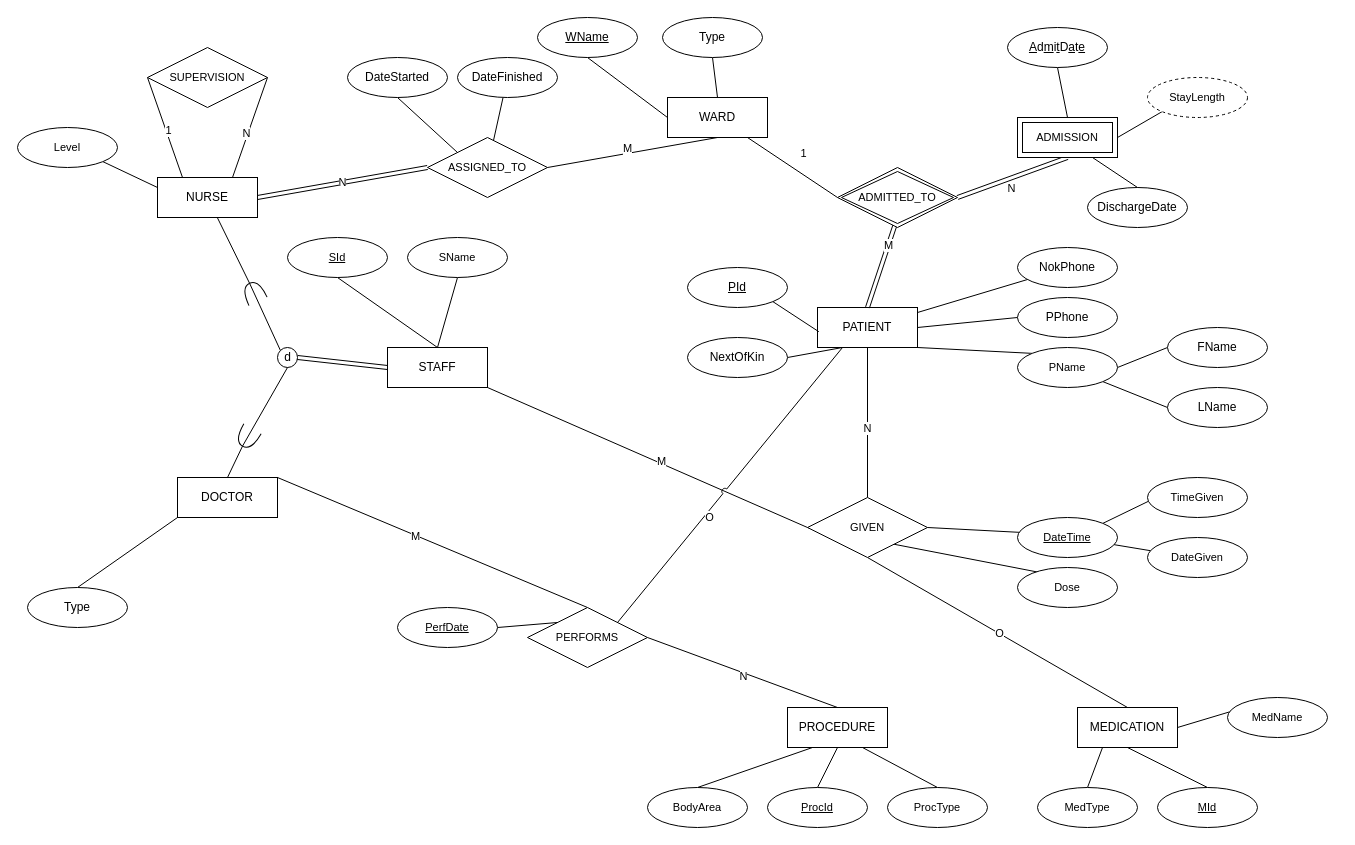
Earlier version of the draw.io diagram Untitled Diagram.drawio (alexwhite1995/Assignments). Source tidied: cells renumbered, new cells numbered last; positions are measured from the earlier drawing's top-left corner, leaving out a move shared by most shapes. Both pictures are drawn from the tidied source at 100%, with x=0, y=0 at pixel (17, 17).
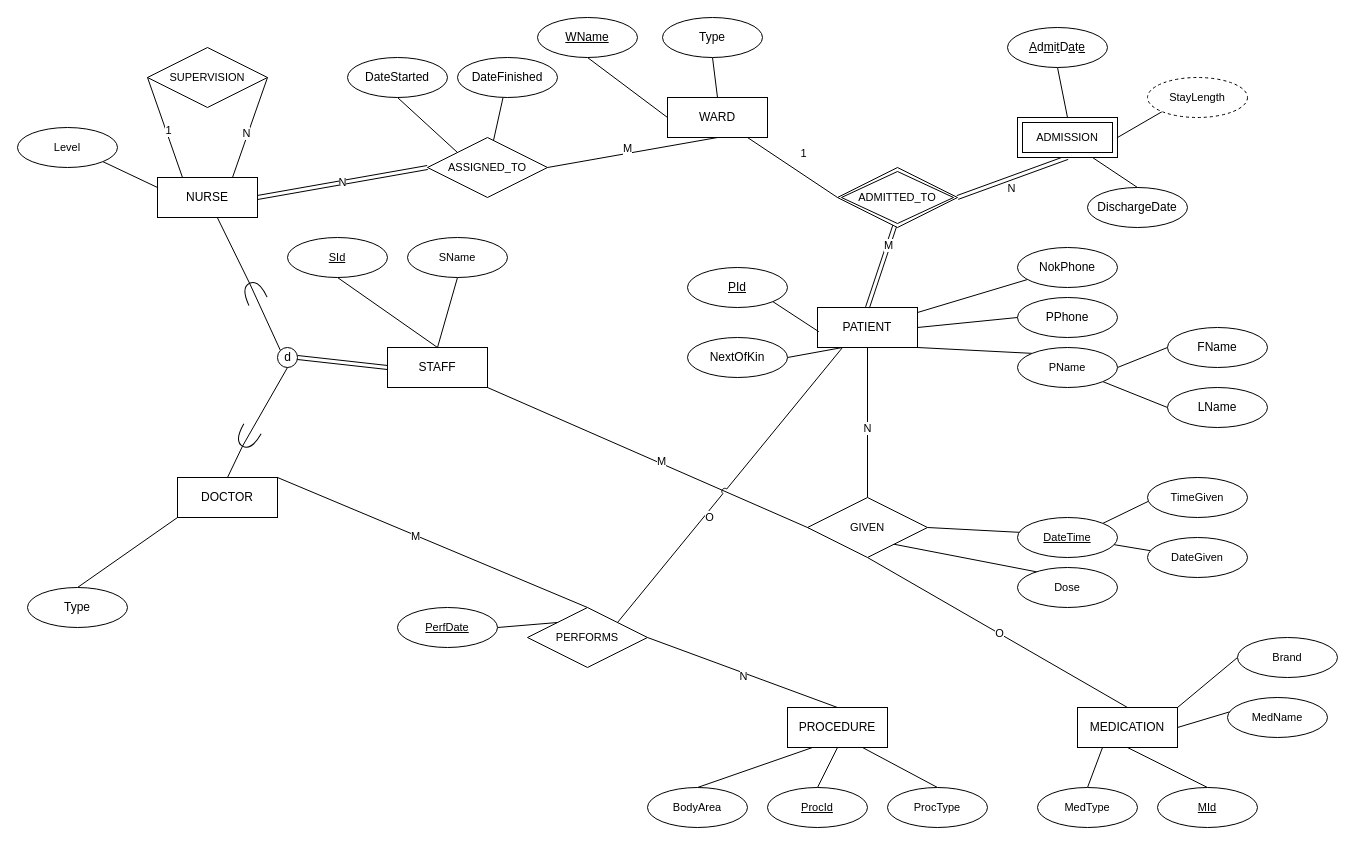
Above is the later version.

The change refers to these unchanged cells:
```xml
<mxCell id="16" value="MEDICATION" style="whiteSpace=wrap;html=1;align=center;" parent="1" vertex="1">
  <mxGeometry x="1060" y="690" width="100" height="40" as="geometry" />
</mxCell>
```

What changed in the source:
```diff
@@
+    <mxCell id="106" style="rounded=0;jettySize=auto;html=1;exitX=0;exitY=0.5;exitDx=0;exitDy=0;entryX=1;entryY=0;entryDx=0;entryDy=0;endArrow=none;endFill=0;" parent="1" edge="1" source="107" target="16">
+      <mxGeometry relative="1" as="geometry" />
+    </mxCell>
+    <mxCell id="107" value="Brand" style="ellipse;whiteSpace=wrap;html=1;align=center;fontFamily=Helvetica;fontSize=11;fontColor=default;labelBackgroundColor=default;" parent="1" vertex="1">
+      <mxGeometry x="1220" y="620" width="100" height="40" as="geometry" />
+    </mxCell>
```
